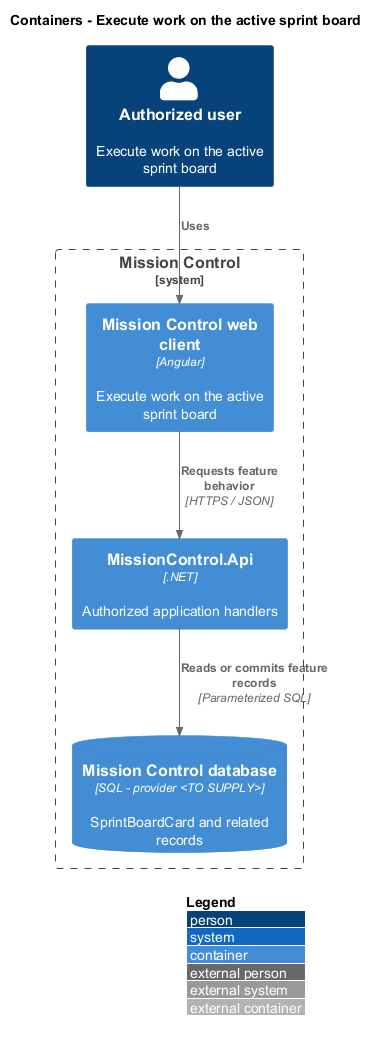
Above: docs/detailed-designs/scrum/execute-sprint-work/diagrams/c4-container.png in QuinntyneBrown/mission-control (PlantUML), before the change. Source of this version:
```plantuml
@startuml
!include <C4/C4_Container>
LAYOUT_WITH_LEGEND()
title Containers - Execute work on the active sprint board
Person(actor, "Authorized user", "Execute work on the active sprint board")
System_Boundary(mc, "Mission Control") {
  Container(web, "Mission Control web client", "Angular", "Execute work on the active sprint board")
  Container(api, "MissionControl.Api", ".NET", "Authorized application handlers")
  ContainerDb(db, "Mission Control database", "SQL - provider <TO SUPPLY>", "SprintBoardCard and related records")
}
Rel(actor, web, "Uses")
Rel(web, api, "Requests feature behavior", "HTTPS / JSON")
Rel(api, db, "Reads or commits feature records", "Parameterized SQL")
@enduml
```
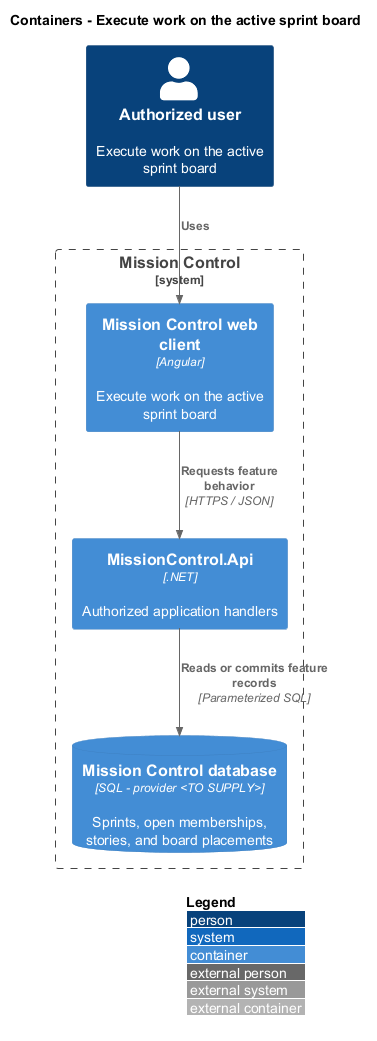
Later version of the same file.

Change to the diagram source:
```diff
@@ -6,7 +6,7 @@
 System_Boundary(mc, "Mission Control") {
   Container(web, "Mission Control web client", "Angular", "Execute work on the active sprint board")
   Container(api, "MissionControl.Api", ".NET", "Authorized application handlers")
-  ContainerDb(db, "Mission Control database", "SQL - provider <TO SUPPLY>", "SprintBoardCard and related records")
+  ContainerDb(db, "Mission Control database", "SQL - provider <TO SUPPLY>", "Sprints, open memberships, stories, and board placements")
 }
 Rel(actor, web, "Uses")
 Rel(web, api, "Requests feature behavior", "HTTPS / JSON")
```
